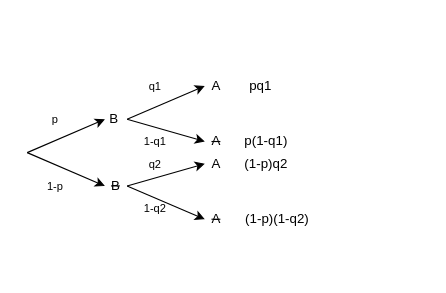
Before: Untitled Diagram.drawio in dabels2s/studentOFHBRS, a draw.io diagram. Source tidied: cells renumbered, new cells numbered last; positions are measured from the earlier drawing's top-left corner, leaving out a move shared by most shapes. Both pictures are drawn from the tidied source at 111%, with x=0, y=0 at pixel (27, 74).
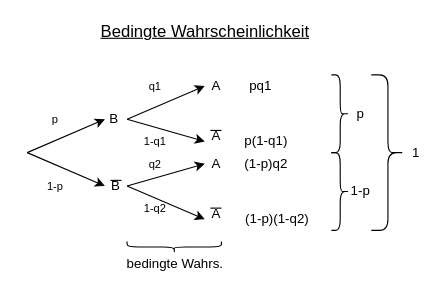
Above is the later version.

Change to the diagram source:
```diff
@@
-    <mxCell id="7" value="&lt;strike&gt;B&lt;/strike&gt;" style="text;html=1;strokeColor=none;fillColor=none;align=center;verticalAlign=middle;whiteSpace=wrap;rounded=0;" parent="1" vertex="1">
+    <mxCell id="7" value="B" style="text;html=1;strokeColor=none;fillColor=none;align=center;verticalAlign=middle;whiteSpace=wrap;rounded=0;" parent="1" vertex="1">
       <mxGeometry x="60" y="90" width="40" height="20" as="geometry" />
     </mxCell>
@@
-    <mxCell id="14" value="&lt;strike&gt;A&lt;/strike&gt;" style="text;html=1;align=center;verticalAlign=middle;" parent="1" vertex="1">
-      <mxGeometry x="160" y="50" width="20" height="20" as="geometry" />
+    <mxCell id="14" value="A" style="text;html=1;align=center;verticalAlign=middle;" parent="1" vertex="1">
+      <mxGeometry x="160" y="45" width="20" height="20" as="geometry" />
     </mxCell>
-    <mxCell id="15" value="&lt;strike&gt;&lt;font style=&quot;font-size: 12px&quot;&gt;A&lt;/font&gt;&lt;/strike&gt;" style="text;html=1;align=center;verticalAlign=middle;" parent="1" vertex="1">
-      <mxGeometry x="160" y="120" width="20" height="20" as="geometry" />
+    <mxCell id="15" value="&lt;font style=&quot;font-size: 12px&quot;&gt;A&lt;/font&gt;" style="text;html=1;align=center;verticalAlign=middle;" parent="1" vertex="1">
+      <mxGeometry x="160" y="115" width="20" height="20" as="geometry" />
     </mxCell>
@@
+    <mxCell id="24" style="shape=curlyBracket;whiteSpace=wrap;html=1;rounded=1;direction=north;size=0.5;" parent="1" vertex="1">
+      <mxGeometry x="90" y="150" width="85" height="10" as="geometry" />
+    </mxCell>
+    <mxCell id="25" value="bedingte Wahrs." style="text;html=1;align=center;verticalAlign=middle;" parent="1" vertex="1">
+      <mxGeometry x="82.5" y="160" width="100" height="20" as="geometry" />
+    </mxCell>
+    <mxCell id="26" style="shape=curlyBracket;whiteSpace=wrap;html=1;rounded=1;direction=west;size=0.5;" parent="1" vertex="1">
+      <mxGeometry x="274" y="70" width="16" height="70" as="geometry" />
+    </mxCell>
+    <mxCell id="27" style="shape=curlyBracket;whiteSpace=wrap;html=1;rounded=1;direction=west;size=0.5;" parent="1" vertex="1">
+      <mxGeometry x="274" width="16" height="70" as="geometry" />
+    </mxCell>
+    <mxCell id="28" value="p" style="text;html=1;align=center;verticalAlign=middle;" parent="1" vertex="1">
+      <mxGeometry x="290" y="25" width="20" height="20" as="geometry" />
+    </mxCell>
+    <mxCell id="29" value="1-p" style="text;html=1;align=center;verticalAlign=middle;" parent="1" vertex="1">
+      <mxGeometry x="285" y="95" width="30" height="20" as="geometry" />
+    </mxCell>
+    <mxCell id="30" style="shape=curlyBracket;whiteSpace=wrap;html=1;rounded=1;direction=west;size=0.5;" parent="1" vertex="1">
+      <mxGeometry x="310" width="30" height="140" as="geometry" />
+    </mxCell>
+    <mxCell id="31" value="1" style="text;html=1;align=center;verticalAlign=middle;" parent="1" vertex="1">
+      <mxGeometry x="340" y="60" width="20" height="20" as="geometry" />
+    </mxCell>
+    <mxCell id="32" value="&lt;u&gt;&lt;font style=&quot;font-size: 15px&quot;&gt;Bedingte Wahrscheinlichkeit&lt;/font&gt;&lt;/u&gt;" style="text;html=1;align=center;verticalAlign=middle;" parent="1" vertex="1">
+      <mxGeometry x="60" y="-50" width="200" height="20" as="geometry" />
+    </mxCell>
+    <mxCell id="33" style="endArrow=none;html=1;" parent="1" edge="1">
+      <mxGeometry relative="1" as="geometry">
+        <mxPoint x="75" y="95" as="sourcePoint" />
+        <mxPoint x="85" y="95" as="targetPoint" />
+      </mxGeometry>
+    </mxCell>
+    <mxCell id="34" style="endArrow=none;html=1;" parent="1" edge="1">
+      <mxGeometry relative="1" as="geometry">
+        <mxPoint x="165" y="120" as="sourcePoint" />
+        <mxPoint x="175" y="120" as="targetPoint" />
+        <Array as="points">
+          <mxPoint x="175" y="120" />
+        </Array>
+      </mxGeometry>
+    </mxCell>
+    <mxCell id="35" style="endArrow=none;html=1;" parent="1" edge="1">
+      <mxGeometry relative="1" as="geometry">
+        <mxPoint x="165" y="50" as="sourcePoint" />
+        <mxPoint x="175" y="50" as="targetPoint" />
+      </mxGeometry>
+    </mxCell>
```
